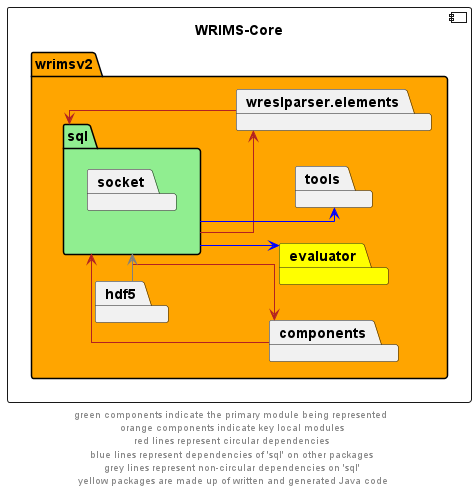
Above: docs/diagrams/wrims-core/wrims-core_sql.png in CentralValleyModeling/wrims-engine (PlantUML), before the change.
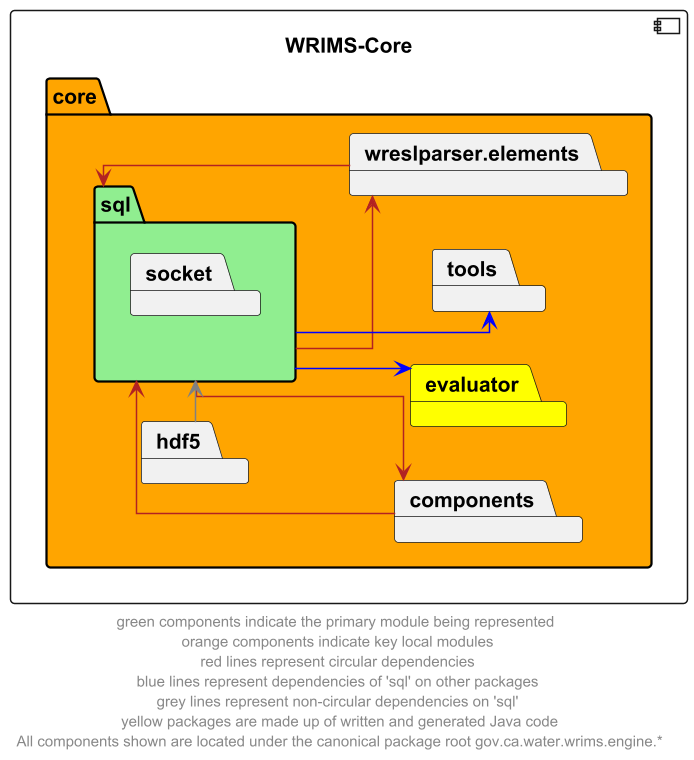
Above is the later version.

The edit, as a diff of the source:
```diff
@@ -3,7 +3,7 @@
 skinparam linetype ortho
 
 component wrims_core as "WRIMS-Core" {
-    package wrimsv2 #orange {
+    package core #orange {
         package sql #lightgreen{
             package socket
         }
@@ -25,5 +25,5 @@
 hdf5 -l-> sql #grey
 
 
-footer "green components indicate the primary module being represented \n orange components indicate key local modules \n red lines represent circular dependencies \n blue lines represent dependencies of 'sql' on other packages \n grey lines represent non-circular dependencies on 'sql' \n yellow packages are made up of written and generated Java code"
+footer "green components indicate the primary module being represented \n orange components indicate key local modules \n red lines represent circular dependencies \n blue lines represent dependencies of 'sql' on other packages \n grey lines represent non-circular dependencies on 'sql' \n yellow packages are made up of written and generated Java code\n All components shown are located under the canonical package root gov.ca.water.wrims.engine.*"
 @enduml
```
